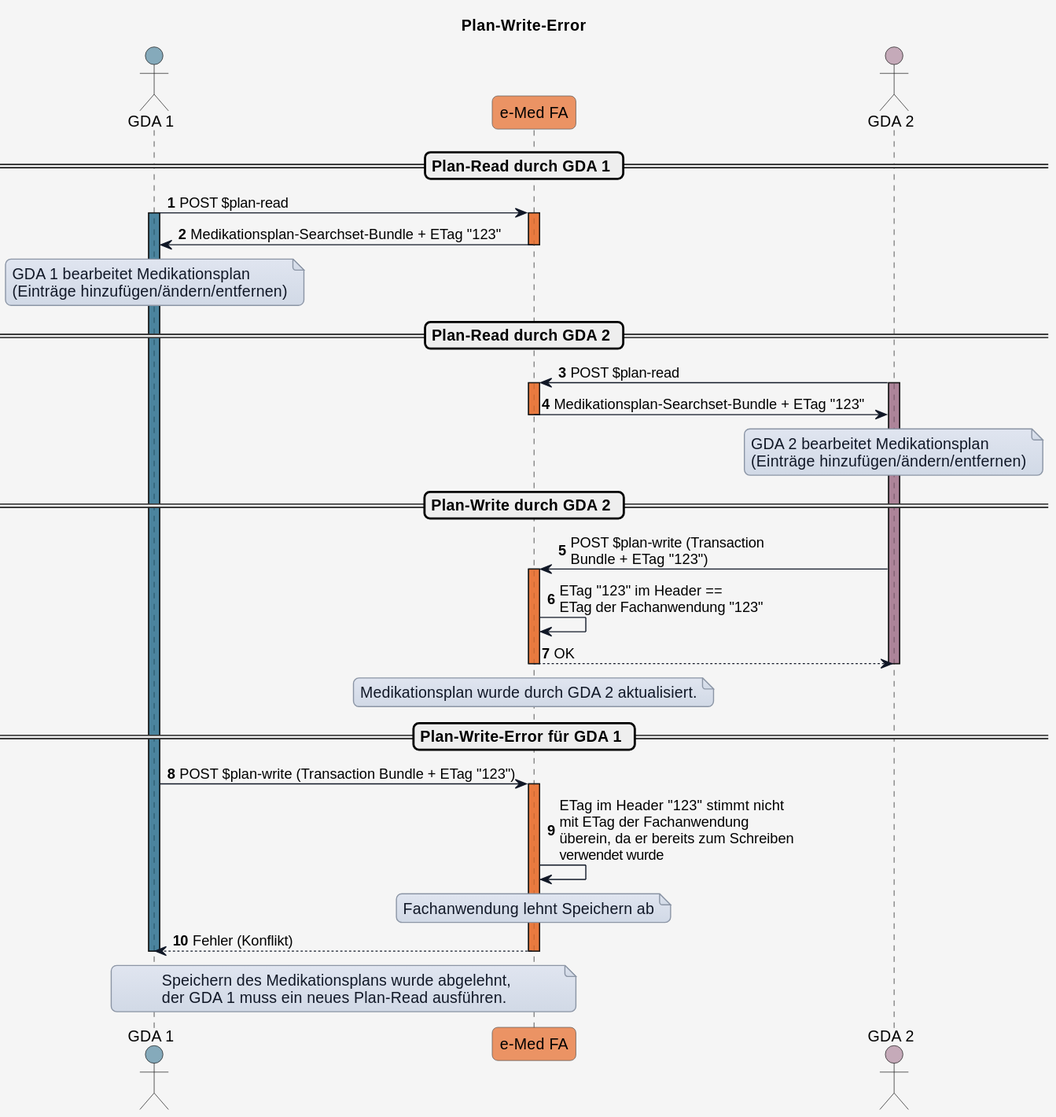
Above: r4-ELGA-e-Medikation-main/plantuml/interaction_planwrite_error.svg in HL7Austria/hl7austria.github.io (PlantUML), before the change.
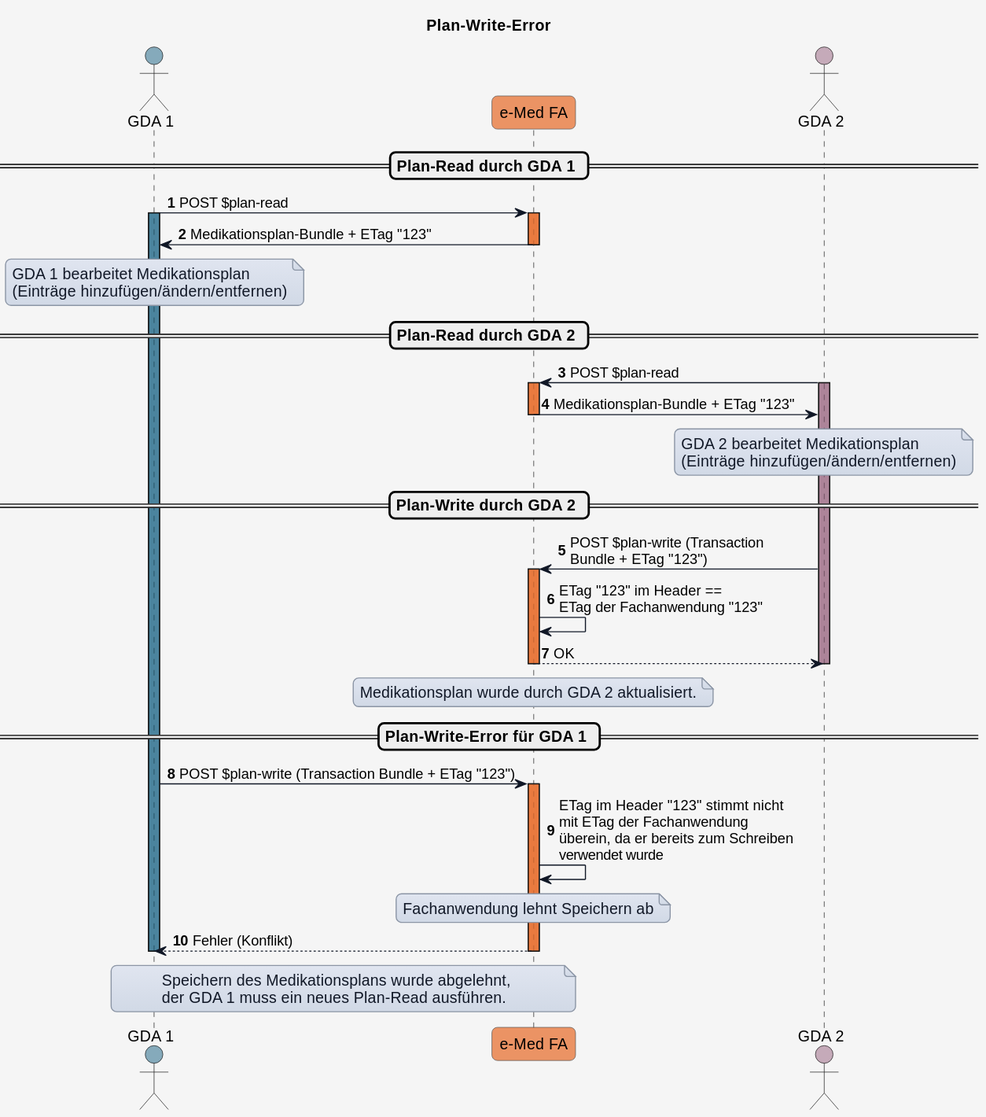
Above is the later version.

Diff of the diagram source:
```diff
@@ -61,7 +61,7 @@
 activate GDA_1 COLOR_GDA_1
 
 activate eMed_FA COLOR_EMED_FA
-eMed_FA -> GDA_1: Medikationsplan-Searchset-Bundle + ETag "123"
+eMed_FA -> GDA_1: Medikationsplan-Bundle + ETag "123"
 deactivate eMed_FA
 
 note over GDA_1
@@ -76,7 +76,7 @@
 
 activate eMed_FA COLOR_EMED_FA
 
-eMed_FA -> GDA_2: Medikationsplan-Searchset-Bundle + ETag "123"
+eMed_FA -> GDA_2: Medikationsplan-Bundle + ETag "123"
 deactivate eMed_FA
 
 note over GDA_2
```
